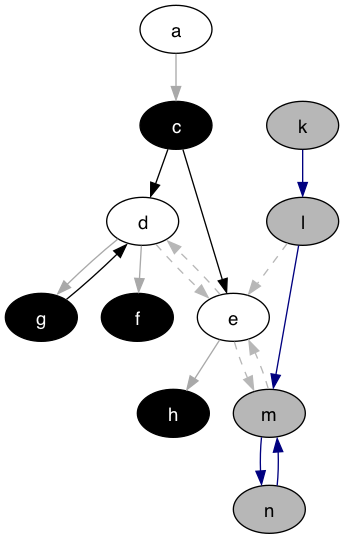
This is lib/graphs/kernel_graph_colored.png from idaks/Games-and-Argumentation, a Graphviz export, as it was before one commit. Its source is kept beside it as lib/graphs/kernel_graph_colored.dot.
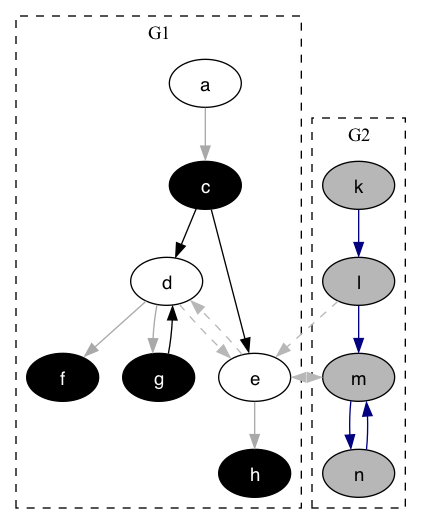
The same file after the commit.

Change to the diagram source:
```diff
@@ -1,27 +1,32 @@
 digraph G {
   node [shape=oval style=filled fontname=Helvetica fontsize=14]
-  node [fillcolor="#ffffff" fontcolor="#000000"] a d e;
-  node [fillcolor="#000000" fontcolor="#ffffff"] c f g h;
-  node [fillcolor="#b7b7b7" fontcolor="#000000"] k l m n;
-  node [fillcolor="white" fontcolor="black"];
+  subgraph cluster_g1{
+  label = "G1"; color = black; style ="dashed";
+    node [fillcolor="#ffffff" fontcolor="#000000"] a d e;
+    node [fillcolor="#000000" fontcolor="#ffffff"] c f g h;
+  }
+  subgraph cluster_g2{
+  label = "G2"; color = black; style ="dashed";
+    node [fillcolor="#b7b7b7" fontcolor="#000000"] k l m n;
+  }
   edge [dir=forward, color="#A9A9A9", style="solid"]
-        "a" -> "c"
-        "d" -> "f"
-        "d" -> "g"
-        "e" -> "h"
+        "a" -> "c";
+        "d" -> "f";
+        "d" -> "g";
+        "e" -> "h";
   edge [dir=forward, color="#000080", style="solid"]
-        "k" -> "l"
-        "l" -> "m"
-        "m" -> "n"
-        "n" -> "m"
+        "k" -> "l";
+        "l" -> "m";
+        "m" -> "n";
+        "n" -> "m";
   edge [dir=forward, color="#000000", style="solid"]
-        "c" -> "d"
-        "c" -> "e"
-        "g" -> "d"
+        "c" -> "d";
+        "c" -> "e";
+        "g" -> "d";
   edge [dir=forward, color="#b7b7b7", style="dashed"]
-        "l" -> "e"
-        "d" -> "e"
-        "e" -> "d"
-        "e" -> "m"
-        "m" -> "e"
+        "l" -> "e";
+        "d" -> "e";
+        "e" -> "d";
+        "e" -> "m";
+        "m" -> "e";
 }
```
